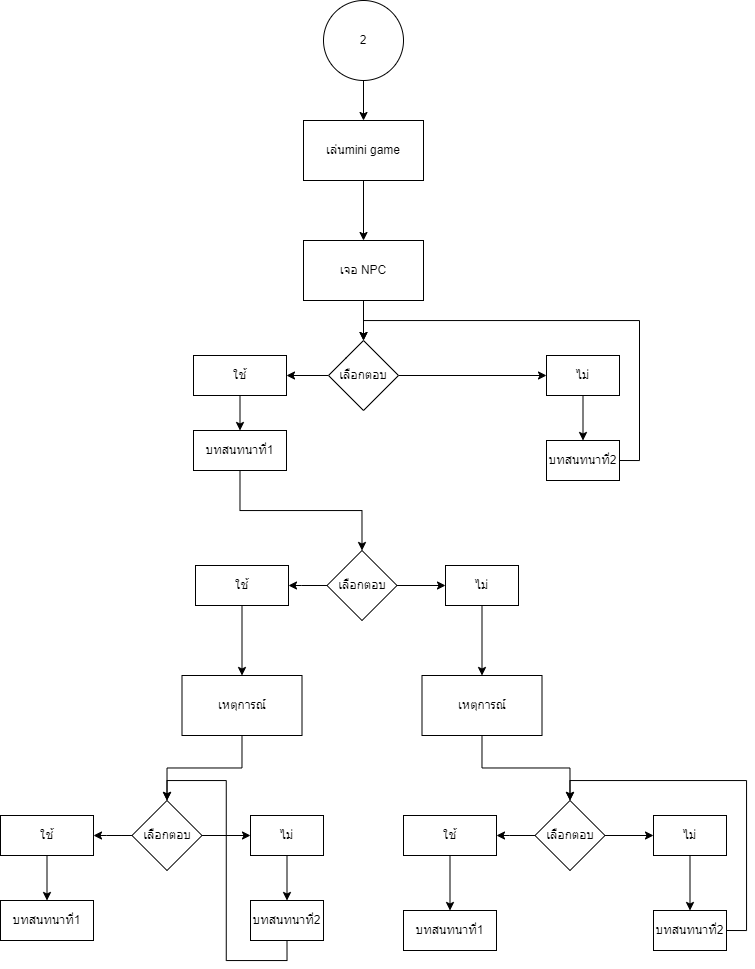
Earlier version of the draw.io export 47.drawio.png (Pundow/ww). Source tidied: cells renumbered, new cells last; positions are measured from the earlier drawing's top-left corner, leaving out a move shared by most shapes.
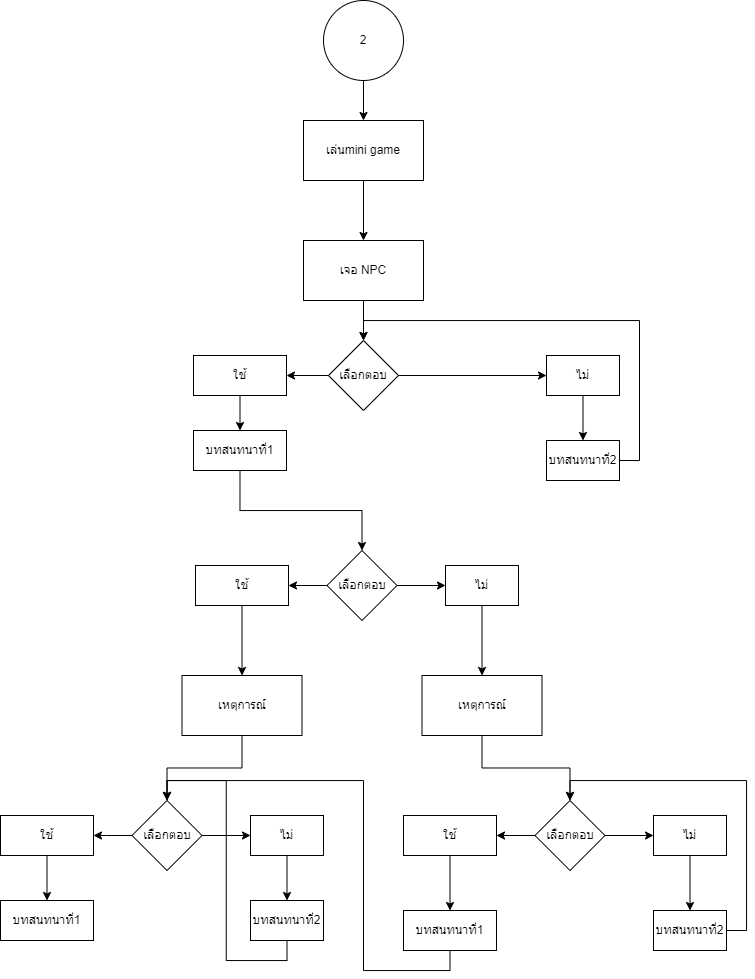
After the commit.

What changed in the source:
```diff
@@ -143,6 +143,16 @@
     <mxCell id="48" value="บทสนทนาที่2" style="whiteSpace=wrap;html=1;labelBackgroundColor=none;rounded=1;arcSize=0;" parent="1" vertex="1">
       <mxGeometry x="653" y="910" width="73" height="40" as="geometry" />
     </mxCell>
+    <mxCell id="50" style="edgeStyle=orthogonalEdgeStyle;rounded=0;jettySize=auto;html=1;exitX=0.5;exitY=1;exitDx=0;exitDy=0;entryX=0.5;entryY=0;entryDx=0;entryDy=0;" parent="1" edge="1" source="49" target="32">
+      <mxGeometry relative="1" as="geometry">
+        <Array as="points">
+          <mxPoint x="449" y="970" />
+          <mxPoint x="363" y="970" />
+          <mxPoint x="363" y="780" />
+          <mxPoint x="167" y="780" />
+        </Array>
+      </mxGeometry>
+    </mxCell>
     <mxCell id="49" value="บทสนทนาที่1" style="whiteSpace=wrap;html=1;labelBackgroundColor=none;rounded=1;arcSize=0;" parent="1" vertex="1">
       <mxGeometry x="403" y="910" width="93" height="40" as="geometry" />
     </mxCell>
```
